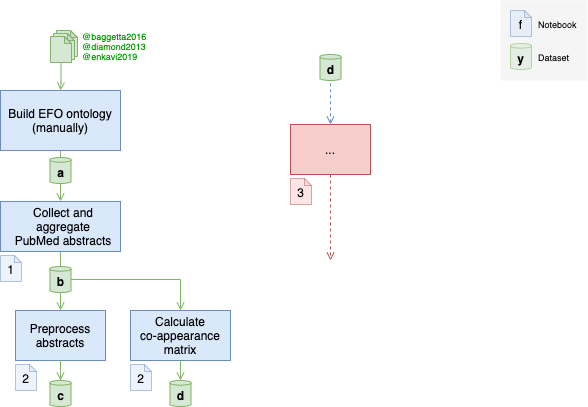
Above: docs/pipeline.drawio.png in morteza/CogText (draw.io), before the change. Source tidied: cells renumbered, new cells last; positions are measured from the earlier drawing's top-left corner, leaving out a move shared by most shapes.
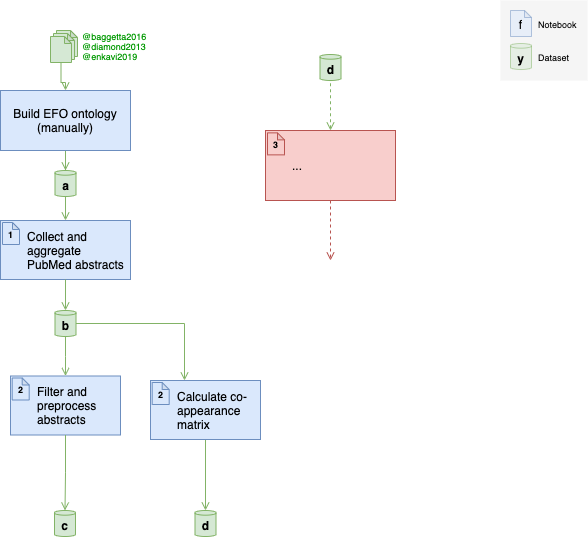
The same diagram one commit later.

Commit message:
new co-appearance matrix on filtered data and improve pipeline figure while waiting!

Change to the diagram source:
```diff
@@ -2,22 +2,17 @@
   <root>
     <mxCell id="0" />
     <mxCell id="1" parent="0" />
-    <mxCell id="2" style="edgeStyle=orthogonalEdgeStyle;rounded=0;jettySize=auto;html=1;sketch=0;shadow=0;fillColor=#d5e8d4;strokeColor=#82b366;endArrow=open;endFill=0;" parent="1" edge="1" source="22" target="16">
-      <mxGeometry relative="1" as="geometry" />
-    </mxCell>
-    <mxCell id="3" style="edgeStyle=orthogonalEdgeStyle;rounded=0;jettySize=auto;html=1;fillColor=#d5e8d4;strokeColor=#82b366;endArrow=open;endFill=0;" parent="1" edge="1" source="4" target="22">
-      <mxGeometry relative="1" as="geometry">
-        <Array as="points">
-          <mxPoint x="60" y="170" />
-          <mxPoint x="60" y="170" />
-        </Array>
-      </mxGeometry>
-    </mxCell>
+    <mxCell id="39" style="edgeStyle=orthogonalEdgeStyle;rounded=0;jettySize=auto;html=1;fontSize=9;endArrow=open;endFill=0;fillColor=#d5e8d4;strokeColor=#82b366;" parent="1" edge="1" source="4" target="5">
+      <mxGeometry relative="1" as="geometry" />
+    </mxCell>
     <mxCell id="4" value="Build EFO ontology (manually)" style="whiteSpace=wrap;html=1;shadow=0;fillColor=#dae8fc;strokeColor=#6c8ebf;sketch=0;glass=0;" parent="1" vertex="1">
-      <mxGeometry y="90" width="120" height="60" as="geometry" />
+      <mxGeometry y="90" width="130" height="60" as="geometry" />
     </mxCell>
+    <mxCell id="40" style="edgeStyle=orthogonalEdgeStyle;rounded=0;jettySize=auto;html=1;fontSize=9;endArrow=open;endFill=0;fillColor=#d5e8d4;strokeColor=#82b366;" parent="1" edge="1" source="5" target="22">
+      <mxGeometry relative="1" as="geometry" />
+    </mxCell>
     <mxCell id="5" value="&lt;font&gt;a&lt;/font&gt;" style="shape=cylinder3;whiteSpace=wrap;html=1;boundedLbl=1;backgroundOutline=1;size=2.3359222412109375;shadow=0;glass=0;sketch=0;strokeColor=#82b366;fontStyle=1;fillColor=#d5e8d4;" parent="1" vertex="1">
-      <mxGeometry x="49.5" y="157" width="21" height="26" as="geometry" />
+      <mxGeometry x="54.5" y="170" width="21" height="26" as="geometry" />
     </mxCell>
     <mxCell id="6" style="group;" parent="1" vertex="1">
       <mxGeometry x="500" width="87" height="80" as="geometry" />
@@ -37,7 +32,7 @@
     <mxCell id="11" value="Dataset" style="text;html=1;align=left;verticalAlign=middle;strokeColor=none;fontSize=9;shadow=0;" parent="6" vertex="1">
       <mxGeometry x="36" y="47" width="50" height="20" as="geometry" />
     </mxCell>
-    <mxCell id="12" style="edgeStyle=orthogonalEdgeStyle;rounded=0;jettySize=auto;html=1;exitX=0.5;exitY=0;exitDx=0;exitDy=0;fontSize=12;fontColor=#000000;endArrow=none;endFill=0;dashed=1;startArrow=open;startFill=0;fillColor=#dae8fc;strokeColor=#6c8ebf;" parent="1" edge="1" source="26" target="14">
+    <mxCell id="12" style="edgeStyle=orthogonalEdgeStyle;rounded=0;jettySize=auto;html=1;fontSize=12;fontColor=#000000;endArrow=none;endFill=0;dashed=1;startArrow=open;startFill=0;fillColor=#d5e8d4;strokeColor=#82b366;" parent="1" edge="1" source="26" target="14">
       <mxGeometry relative="1" as="geometry" />
     </mxCell>
     <mxCell id="13" style="edgeStyle=orthogonalEdgeStyle;rounded=0;jettySize=auto;html=1;dashed=1;fontSize=12;fontColor=#000000;startArrow=none;startFill=0;endArrow=open;endFill=0;fillColor=#f8cecc;strokeColor=#b85450;" parent="1" edge="1" source="26">
@@ -48,66 +43,21 @@
     <mxCell id="14" value="&lt;font&gt;d&lt;/font&gt;" style="shape=cylinder3;whiteSpace=wrap;html=1;boundedLbl=1;backgroundOutline=1;size=2.3359222412109375;shadow=0;glass=0;sketch=0;fillColor=#d5e8d4;strokeColor=#82b366;fontStyle=1;" parent="1" vertex="1">
       <mxGeometry x="319.5" y="54" width="21" height="26" as="geometry" />
     </mxCell>
-    <mxCell id="15" style="group;" parent="1" vertex="1">
-      <mxGeometry x="15" y="310" width="120" height="96" as="geometry" />
-    </mxCell>
-    <mxCell id="16" value="Preprocess&lt;br&gt;abstracts" style="whiteSpace=wrap;html=1;shadow=0;fillColor=#dae8fc;strokeColor=#6c8ebf;sketch=0;" parent="15" vertex="1">
-      <mxGeometry width="90" height="50" as="geometry" />
-    </mxCell>
-    <mxCell id="17" value="2" style="shape=note;whiteSpace=wrap;html=1;backgroundOutline=1;darkOpacity=0.05;shadow=0;size=7;spacingTop=1;sketch=0;fillColor=#dae8fc;strokeColor=#6c8ebf;opacity=50;" parent="15" vertex="1">
-      <mxGeometry y="54" width="21" height="26" as="geometry" />
-    </mxCell>
-    <mxCell id="18" value="&lt;font&gt;c&lt;/font&gt;" style="shape=cylinder3;whiteSpace=wrap;html=1;boundedLbl=1;backgroundOutline=1;size=2.3359222412109375;shadow=0;glass=0;sketch=0;fillColor=#d5e8d4;strokeColor=#82b366;fontStyle=1;" parent="15" vertex="1">
-      <mxGeometry x="34.5" y="70" width="21" height="26" as="geometry" />
-    </mxCell>
-    <mxCell id="19" style="edgeStyle=orthogonalEdgeStyle;rounded=0;jettySize=auto;html=1;fillColor=#d5e8d4;strokeColor=#82b366;endArrow=open;endFill=0;entryX=0.5;entryY=0;entryDx=0;entryDy=0;entryPerimeter=0;" parent="15" edge="1" source="16" target="18">
-      <mxGeometry relative="1" as="geometry" />
-    </mxCell>
-    <mxCell id="20" style="group;opacity=60;" parent="1" vertex="1">
-      <mxGeometry y="201" width="120" height="91" as="geometry" />
-    </mxCell>
-    <mxCell id="21" style="group;" parent="20" vertex="1">
-      <mxGeometry width="120" height="91" as="geometry" />
-    </mxCell>
-    <mxCell id="22" value="Collect and aggregate&lt;br&gt;PubMed abstracts" style="whiteSpace=wrap;html=1;shadow=0;fillColor=#dae8fc;strokeColor=#6c8ebf;sketch=0;verticalAlign=middle;align=center;spacingLeft=6;" parent="21" vertex="1">
-      <mxGeometry width="120" height="50" as="geometry" />
-    </mxCell>
-    <mxCell id="23" value="1" style="shape=note;whiteSpace=wrap;html=1;backgroundOutline=1;darkOpacity=0.05;shadow=0;size=7;spacingTop=1;sketch=0;fillColor=#dae8fc;strokeColor=#6c8ebf;opacity=50;" parent="21" vertex="1">
-      <mxGeometry y="54" width="21" height="26" as="geometry" />
-    </mxCell>
-    <mxCell id="24" value="&lt;font&gt;b&lt;/font&gt;" style="shape=cylinder3;whiteSpace=wrap;html=1;boundedLbl=1;backgroundOutline=1;size=2.3359222412109375;shadow=0;glass=0;sketch=0;fillColor=#d5e8d4;strokeColor=#82b366;fontStyle=1;" parent="21" vertex="1">
-      <mxGeometry x="49.5" y="65" width="21" height="26" as="geometry" />
-    </mxCell>
-    <mxCell id="25" style="group;" parent="1" vertex="1">
-      <mxGeometry x="290" y="124" width="80" height="80" as="geometry" />
-    </mxCell>
-    <mxCell id="26" value="..." style="whiteSpace=wrap;html=1;shadow=0;fillColor=#f8cecc;strokeColor=#b85450;sketch=0;" parent="25" vertex="1">
-      <mxGeometry width="80" height="50" as="geometry" />
-    </mxCell>
-    <mxCell id="27" value="3" style="shape=note;whiteSpace=wrap;html=1;backgroundOutline=1;darkOpacity=0.05;shadow=0;size=7;spacingTop=1;sketch=0;fillColor=#f8cecc;strokeColor=#b85450;opacity=50;" parent="25" vertex="1">
-      <mxGeometry y="54" width="21" height="26" as="geometry" />
-    </mxCell>
     <mxCell id="28" style="edgeStyle=orthogonalEdgeStyle;rounded=0;jettySize=auto;html=1;fillColor=#d5e8d4;strokeColor=#82b366;endArrow=open;endFill=0;" parent="1" edge="1" source="37" target="4">
       <mxGeometry relative="1" as="geometry" />
     </mxCell>
-    <mxCell id="29" style="edgeStyle=orthogonalEdgeStyle;rounded=0;jettySize=auto;html=1;exitX=0.5;exitY=1;exitDx=0;exitDy=0;entryX=0.5;entryY=0;entryDx=0;entryDy=0;entryPerimeter=0;endArrow=open;endFill=0;fillColor=#d5e8d4;strokeColor=#82b366;" parent="1" edge="1" source="30" target="33">
+    <mxCell id="29" style="edgeStyle=orthogonalEdgeStyle;rounded=0;jettySize=auto;html=1;entryX=0.5;entryY=0;entryDx=0;entryDy=0;entryPerimeter=0;endArrow=open;endFill=0;fillColor=#d5e8d4;strokeColor=#82b366;" parent="1" edge="1" source="30" target="33">
       <mxGeometry relative="1" as="geometry" />
     </mxCell>
-    <mxCell id="30" value="Calculate&lt;br&gt;co-appearance&lt;br&gt;matrix" style="whiteSpace=wrap;html=1;shadow=0;fillColor=#dae8fc;strokeColor=#6c8ebf;sketch=0;" parent="1" vertex="1">
-      <mxGeometry x="130" y="310" width="100" height="50" as="geometry" />
-    </mxCell>
     <mxCell id="31" style="edgeStyle=orthogonalEdgeStyle;rounded=0;jettySize=auto;html=1;endArrow=open;endFill=0;fillColor=#d5e8d4;strokeColor=#82b366;" parent="1" edge="1" source="24" target="30">
       <mxGeometry relative="1" as="geometry">
         <Array as="points">
-          <mxPoint x="180" y="279" />
+          <mxPoint x="184" y="323" />
         </Array>
       </mxGeometry>
     </mxCell>
-    <mxCell id="32" value="2" style="shape=note;whiteSpace=wrap;html=1;backgroundOutline=1;darkOpacity=0.05;shadow=0;size=7;spacingTop=1;sketch=0;fillColor=#dae8fc;strokeColor=#6c8ebf;opacity=50;" parent="1" vertex="1">
-      <mxGeometry x="130" y="364" width="21" height="26" as="geometry" />
-    </mxCell>
     <mxCell id="33" value="&lt;font&gt;d&lt;/font&gt;" style="shape=cylinder3;whiteSpace=wrap;html=1;boundedLbl=1;backgroundOutline=1;size=2.3359222412109375;shadow=0;glass=0;sketch=0;fillColor=#d5e8d4;strokeColor=#82b366;fontStyle=1;" parent="1" vertex="1">
-      <mxGeometry x="169.5" y="380" width="21" height="26" as="geometry" />
+      <mxGeometry x="194.5" y="510" width="21" height="26" as="geometry" />
     </mxCell>
     <mxCell id="34" style="group;" parent="1" vertex="1">
       <mxGeometry x="50" y="30" width="27" height="32" as="geometry" />
@@ -124,5 +74,56 @@
     <mxCell id="38" value="@baggetta2016&lt;br style=&quot;font-size: 9px;&quot;&gt;@diamond2013&lt;br style=&quot;font-size: 9px;&quot;&gt;@enkavi2019" style="text;align=left;verticalAlign=middle;strokeColor=none;fontSize=9;html=1;glass=0;shadow=0;labelBackgroundColor=none;labelBorderColor=none;fontColor=#009900;" parent="1" vertex="1">
       <mxGeometry x="80" y="26" width="80" height="40" as="geometry" />
     </mxCell>
+    <mxCell id="41" style="edgeStyle=orthogonalEdgeStyle;rounded=0;jettySize=auto;html=1;fontSize=9;fillColor=#d5e8d4;strokeColor=#82b366;endArrow=open;endFill=0;" parent="1" edge="1" source="24" target="45">
+      <mxGeometry relative="1" as="geometry" />
+    </mxCell>
+    <mxCell id="24" value="&lt;font&gt;b&lt;/font&gt;" style="shape=cylinder3;whiteSpace=wrap;html=1;boundedLbl=1;backgroundOutline=1;size=2.3359222412109375;shadow=0;glass=0;sketch=0;fillColor=#d5e8d4;strokeColor=#82b366;fontStyle=1;" parent="1" vertex="1">
+      <mxGeometry x="54.5" y="310" width="21" height="26" as="geometry" />
+    </mxCell>
+    <mxCell id="42" style="group;verticalAlign=top;" parent="1" vertex="1">
+      <mxGeometry y="220" width="130" height="59" as="geometry" />
+    </mxCell>
+    <mxCell id="22" value="Collect and aggregate&lt;br&gt;PubMed abstracts" style="whiteSpace=wrap;html=1;shadow=0;fillColor=#dae8fc;strokeColor=#6c8ebf;sketch=0;verticalAlign=middle;align=left;spacingLeft=25;" parent="42" vertex="1">
+      <mxGeometry width="130" height="59" as="geometry" />
+    </mxCell>
+    <mxCell id="23" value="1" style="shape=note;whiteSpace=wrap;html=1;backgroundOutline=1;darkOpacity=0.05;shadow=0;size=7;spacingTop=1;sketch=0;strokeColor=#6c8ebf;fillColor=none;fontSize=9;fontStyle=1;" parent="42" vertex="1">
+      <mxGeometry x="2" y="2" width="17" height="22" as="geometry" />
+    </mxCell>
+    <mxCell id="43" style="edgeStyle=orthogonalEdgeStyle;rounded=0;jettySize=auto;html=1;fontSize=9;fillColor=#d5e8d4;strokeColor=#82b366;endArrow=open;endFill=0;" parent="1" edge="1" source="22" target="24">
+      <mxGeometry relative="1" as="geometry" />
+    </mxCell>
+    <mxCell id="44" style="group;" parent="1" vertex="1">
+      <mxGeometry x="10" y="375.5" width="110" height="59" as="geometry" />
+    </mxCell>
+    <mxCell id="45" value="Filter and preprocess abstracts" style="whiteSpace=wrap;html=1;shadow=0;fillColor=#dae8fc;strokeColor=#6c8ebf;sketch=0;verticalAlign=middle;align=left;spacingLeft=25;" parent="44" vertex="1">
+      <mxGeometry width="110" height="59" as="geometry" />
+    </mxCell>
+    <mxCell id="46" value="2" style="shape=note;whiteSpace=wrap;html=1;backgroundOutline=1;darkOpacity=0.05;shadow=0;size=7;spacingTop=1;sketch=0;strokeColor=#6c8ebf;fillColor=none;fontSize=9;fontStyle=1;" parent="44" vertex="1">
+      <mxGeometry x="1.7" y="2" width="17" height="22" as="geometry" />
+    </mxCell>
+    <mxCell id="18" value="&lt;font&gt;c&lt;/font&gt;" style="shape=cylinder3;whiteSpace=wrap;html=1;boundedLbl=1;backgroundOutline=1;size=2.3359222412109375;shadow=0;glass=0;sketch=0;fillColor=#d5e8d4;strokeColor=#82b366;fontStyle=1;" parent="1" vertex="1">
+      <mxGeometry x="54" y="510" width="21" height="26" as="geometry" />
+    </mxCell>
+    <mxCell id="47" style="edgeStyle=orthogonalEdgeStyle;rounded=0;jettySize=auto;html=1;fontSize=9;fillColor=#d5e8d4;strokeColor=#82b366;endArrow=open;endFill=0;" parent="1" edge="1" source="45" target="18">
+      <mxGeometry relative="1" as="geometry" />
+    </mxCell>
+    <mxCell id="48" style="group;" parent="1" vertex="1">
+      <mxGeometry x="150" y="380" width="110" height="59" as="geometry" />
+    </mxCell>
+    <mxCell id="30" value="Calculate co-appearance matrix" style="whiteSpace=wrap;html=1;shadow=0;fillColor=#dae8fc;strokeColor=#6c8ebf;sketch=0;verticalAlign=middle;align=left;spacingLeft=25;" parent="48" vertex="1">
+      <mxGeometry width="110" height="59" as="geometry" />
+    </mxCell>
+    <mxCell id="49" value="2" style="shape=note;whiteSpace=wrap;html=1;backgroundOutline=1;darkOpacity=0.05;shadow=0;size=7;spacingTop=1;sketch=0;strokeColor=#6c8ebf;fillColor=none;fontSize=9;fontStyle=1;" parent="48" vertex="1">
+      <mxGeometry x="1.7" y="2" width="17" height="22" as="geometry" />
+    </mxCell>
+    <mxCell id="50" style="group;" parent="1" vertex="1">
+      <mxGeometry x="265" y="130" width="130" height="70" as="geometry" />
+    </mxCell>
+    <mxCell id="26" value="..." style="whiteSpace=wrap;html=1;shadow=0;fillColor=#f8cecc;strokeColor=#b85450;sketch=0;verticalAlign=middle;align=left;spacingLeft=25;" parent="50" vertex="1">
+      <mxGeometry width="130" height="70" as="geometry" />
+    </mxCell>
+    <mxCell id="27" value="3" style="shape=note;whiteSpace=wrap;html=1;backgroundOutline=1;darkOpacity=0.05;shadow=0;size=7;spacingTop=1;sketch=0;fontSize=9;fontStyle=1;strokeColor=#b85450;fillColor=none;" parent="50" vertex="1">
+      <mxGeometry x="2" y="2.4" width="17" height="22" as="geometry" />
+    </mxCell>
   </root>
 </mxGraphModel>
```
